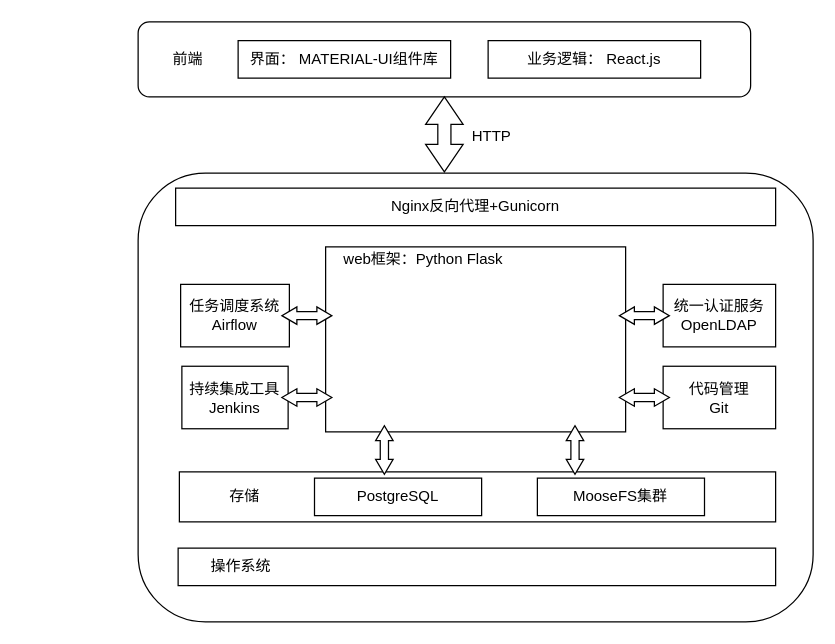
The draw.io diagram 系统技术框架图.drawio in Sequin-hdd/COINFO, before the edit. Source tidied: cells renumbered, new cells numbered last; positions are measured from the earlier drawing's top-left corner, leaving out a move shared by most shapes. Both pictures are drawn from the tidied source at 125%, with x=0, y=0 at pixel (138, 21).
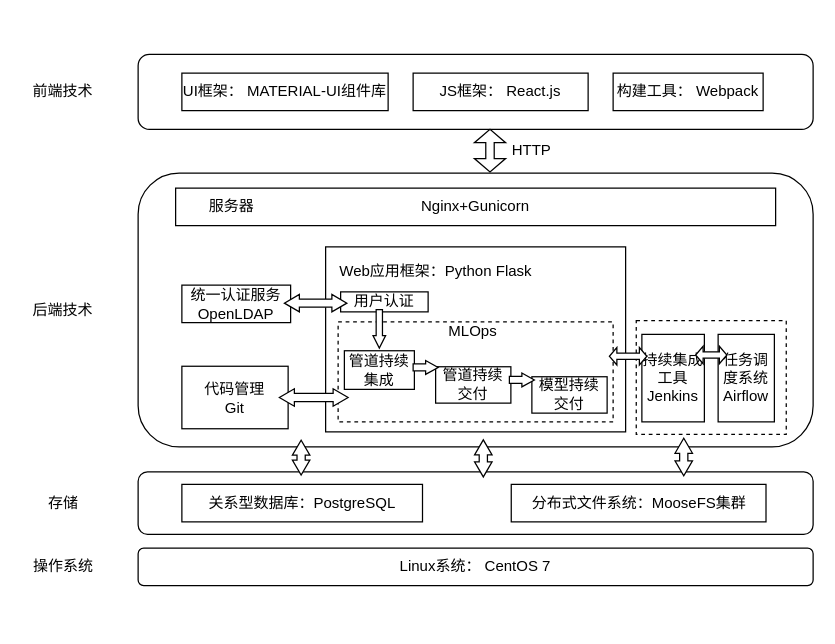
The same diagram, later.

Commit message (it also covers changes not shown here):
更新系统技术框架图.drawio

The edit, as a diff of the source:
```diff
@@
+    <mxCell id="8" style="rounded=1;whiteSpace=wrap;html=1;" parent="1" vertex="1">
+      <mxGeometry y="121" width="540" height="219" as="geometry" />
+    </mxCell>
+    <mxCell id="29" style="rounded=0;whiteSpace=wrap;html=1;dashed=1;" parent="1" vertex="1">
+      <mxGeometry x="398.5" y="239" width="120" height="91" as="geometry" />
+    </mxCell>
+    <mxCell id="10" style="rounded=0;whiteSpace=wrap;html=1;" parent="1" vertex="1">
+      <mxGeometry x="150" y="180" width="240" height="148" as="geometry" />
+    </mxCell>
+    <mxCell id="30" style="rounded=0;whiteSpace=wrap;html=1;dashed=1;" parent="1" vertex="1">
+      <mxGeometry x="160" y="240" width="220" height="80" as="geometry" />
+    </mxCell>
     <mxCell id="2" style="rounded=1;whiteSpace=wrap;html=1;" parent="1" vertex="1">
-      <mxGeometry width="490" height="60" as="geometry" />
+      <mxGeometry y="26" width="540" height="60" as="geometry" />
     </mxCell>
-    <mxCell id="3" value="前端" style="text;html=1;strokeColor=none;fillColor=none;align=center;verticalAlign=middle;whiteSpace=wrap;rounded=0;" parent="1" vertex="1">
-      <mxGeometry x="20" y="20" width="40" height="20" as="geometry" />
+    <mxCell id="3" value="前端技术" style="text;html=1;strokeColor=none;fillColor=none;align=center;verticalAlign=middle;whiteSpace=wrap;rounded=0;" parent="1" vertex="1">
+      <mxGeometry x="-85" y="46" width="50" height="20" as="geometry" />
     </mxCell>
-    <mxCell id="4" value="界面： MATERIAL-UI组件库" style="rounded=0;whiteSpace=wrap;html=1;" parent="1" vertex="1">
-      <mxGeometry x="80" y="15" width="170" height="30" as="geometry" />
+    <mxCell id="4" value="UI框架： MATERIAL-UI组件库" style="rounded=0;whiteSpace=wrap;html=1;" parent="1" vertex="1">
+      <mxGeometry x="35" y="41" width="165" height="30" as="geometry" />
     </mxCell>
-    <mxCell id="5" value="业务逻辑： React.js" style="rounded=0;whiteSpace=wrap;html=1;" parent="1" vertex="1">
-      <mxGeometry x="280" y="15" width="170" height="30" as="geometry" />
+    <mxCell id="5" value="JS框架： React.js" style="rounded=0;whiteSpace=wrap;html=1;" parent="1" vertex="1">
+      <mxGeometry x="220" y="41" width="140" height="30" as="geometry" />
     </mxCell>
-    <mxCell id="6" style="html=1;shadow=0;dashed=0;align=center;verticalAlign=middle;shape=mxgraph.arrows2.twoWayArrow;dy=0.65;dx=22;rotation=90;" parent="1" vertex="1">
-      <mxGeometry x="215" y="75" width="60" height="30" as="geometry" />
+    <mxCell id="6" style="html=1;shadow=0;dashed=0;align=center;verticalAlign=middle;shape=mxgraph.arrows2.twoWayArrow;dy=0.73;dx=10.67;rotation=90;" parent="1" vertex="1">
+      <mxGeometry x="264.5" y="90.5" width="34" height="25" as="geometry" />
     </mxCell>
     <mxCell id="7" value="HTTP" style="text;html=1;strokeColor=none;fillColor=none;align=center;verticalAlign=middle;whiteSpace=wrap;rounded=0;" parent="1" vertex="1">
-      <mxGeometry x="263" y="82" width="40" height="20" as="geometry" />
+      <mxGeometry x="294.5" y="93" width="40" height="20" as="geometry" />
     </mxCell>
-    <mxCell id="8" style="rounded=1;whiteSpace=wrap;html=1;" parent="1" vertex="1">
-      <mxGeometry y="121" width="540" height="359" as="geometry" />
-    </mxCell>
-    <mxCell id="9" value="Nginx反向代理+Gunicorn" style="rounded=0;whiteSpace=wrap;html=1;" parent="1" vertex="1">
+    <mxCell id="9" value="Nginx+Gunicorn" style="rounded=0;whiteSpace=wrap;html=1;" parent="1" vertex="1">
       <mxGeometry x="30" y="133" width="480" height="30" as="geometry" />
     </mxCell>
-    <mxCell id="10" style="rounded=0;whiteSpace=wrap;html=1;" parent="1" vertex="1">
-      <mxGeometry x="150" y="180" width="240" height="148" as="geometry" />
-    </mxCell>
-    <mxCell id="11" value="web框架：Python Flask&amp;nbsp;" style="text;html=1;strokeColor=none;fillColor=none;align=center;verticalAlign=middle;whiteSpace=wrap;rounded=0;" parent="1" vertex="1">
-      <mxGeometry x="160" y="180" width="140" height="20" as="geometry" />
+    <mxCell id="11" value="Web应用框架：Python Flask&amp;nbsp;" style="text;html=1;strokeColor=none;fillColor=none;align=center;verticalAlign=middle;whiteSpace=wrap;rounded=0;" parent="1" vertex="1">
+      <mxGeometry x="155" y="190" width="170" height="20" as="geometry" />
     </mxCell>
-    <mxCell id="12" style="rounded=0;whiteSpace=wrap;html=1;" parent="1" vertex="1">
-      <mxGeometry x="32" y="421" width="478" height="30" as="geometry" />
+    <mxCell id="12" value="Linux系统： CentOS 7" style="rounded=1;whiteSpace=wrap;html=1;" parent="1" vertex="1">
+      <mxGeometry y="421" width="540" height="30" as="geometry" />
     </mxCell>
-    <mxCell id="13" style="group;" parent="1" vertex="1">
-      <mxGeometry x="33" y="360" width="477" height="40" as="geometry" />
-    </mxCell>
-    <mxCell id="14" style="rounded=0;whiteSpace=wrap;html=1;" parent="13" vertex="1">
-      <mxGeometry width="477" height="40" as="geometry" />
-    </mxCell>
-    <mxCell id="15" value="PostgreSQL" style="rounded=0;whiteSpace=wrap;html=1;" parent="13" vertex="1">
-      <mxGeometry x="108.1" y="5" width="133.7" height="30" as="geometry" />
-    </mxCell>
-    <mxCell id="16" value="存储" style="text;html=1;strokeColor=none;fillColor=none;align=center;verticalAlign=middle;whiteSpace=wrap;rounded=0;" parent="13" vertex="1">
-      <mxGeometry x="18.9" y="10" width="66.9" height="20" as="geometry" />
-    </mxCell>
-    <mxCell id="17" value="MooseFS集群" style="rounded=0;whiteSpace=wrap;html=1;" parent="13" vertex="1">
-      <mxGeometry x="286.4" y="5" width="133.7" height="30" as="geometry" />
-    </mxCell>
-    <mxCell id="18" style="html=1;shadow=0;dashed=0;align=center;verticalAlign=middle;shape=mxgraph.arrows2.twoWayArrow;dy=0.53;dx=12;rotation=90;" parent="1" vertex="1">
-      <mxGeometry x="177.5" y="335.5" width="39" height="14" as="geometry" />
-    </mxCell>
-    <mxCell id="19" style="html=1;shadow=0;dashed=0;align=center;verticalAlign=middle;shape=mxgraph.arrows2.twoWayArrow;dy=0.53;dx=12;rotation=90;" parent="1" vertex="1">
-      <mxGeometry x="330" y="335.5" width="39" height="14" as="geometry" />
-    </mxCell>
-    <mxCell id="20" value="任务调度系统&lt;br&gt;Airflow" style="rounded=0;whiteSpace=wrap;html=1;" parent="1" vertex="1">
-      <mxGeometry x="34" y="210" width="87" height="50" as="geometry" />
+    <mxCell id="20" value="统一认证服务&lt;br&gt;OpenLDAP" style="rounded=0;whiteSpace=wrap;html=1;" parent="1" vertex="1">
+      <mxGeometry x="35" y="210.6" width="87" height="30" as="geometry" />
     </mxCell>
-    <mxCell id="21" value="持续集成工具&lt;br&gt;Jenkins" style="rounded=0;whiteSpace=wrap;html=1;" parent="1" vertex="1">
+    <mxCell id="21" value="代码管理&lt;br&gt;Git" style="rounded=0;whiteSpace=wrap;html=1;" parent="1" vertex="1">
       <mxGeometry x="35" y="275.5" width="85" height="50" as="geometry" />
     </mxCell>
     <mxCell id="22" value="操作系统" style="text;html=1;strokeColor=none;fillColor=none;align=center;verticalAlign=middle;whiteSpace=wrap;rounded=0;" parent="1" vertex="1">
-      <mxGeometry x="55" y="426" width="55" height="20" as="geometry" />
+      <mxGeometry x="-87.5" y="426" width="55" height="20" as="geometry" />
     </mxCell>
     <mxCell id="23" style="html=1;shadow=0;dashed=0;align=center;verticalAlign=middle;shape=mxgraph.arrows2.twoWayArrow;dy=0.53;dx=12;rotation=0;" parent="1" vertex="1">
-      <mxGeometry x="115" y="293.5" width="40" height="14" as="geometry" />
+      <mxGeometry x="113" y="293.5" width="55" height="14" as="geometry" />
     </mxCell>
-    <mxCell id="24" value="统一认证服务&lt;br&gt;OpenLDAP" style="rounded=0;whiteSpace=wrap;html=1;" parent="1" vertex="1">
-      <mxGeometry x="420" y="210" width="90" height="50" as="geometry" />
+    <mxCell id="24" value="任务调度系统&lt;br&gt;Airflow" style="rounded=0;whiteSpace=wrap;html=1;" parent="1" vertex="1">
+      <mxGeometry x="464" y="250" width="45" height="70" as="geometry" />
     </mxCell>
-    <mxCell id="25" value="代码管理&lt;br&gt;Git" style="rounded=0;whiteSpace=wrap;html=1;" parent="1" vertex="1">
-      <mxGeometry x="420" y="275.5" width="90" height="50" as="geometry" />
+    <mxCell id="25" value="持续集成工具&lt;br&gt;Jenkins" style="rounded=0;whiteSpace=wrap;html=1;" parent="1" vertex="1">
+      <mxGeometry x="403" y="250" width="50" height="70" as="geometry" />
     </mxCell>
-    <mxCell id="26" style="html=1;shadow=0;dashed=0;align=center;verticalAlign=middle;shape=mxgraph.arrows2.twoWayArrow;dy=0.53;dx=12;rotation=0;" parent="1" vertex="1">
-      <mxGeometry x="385" y="228" width="40" height="14" as="geometry" />
-    </mxCell>
-    <mxCell id="27" style="html=1;shadow=0;dashed=0;align=center;verticalAlign=middle;shape=mxgraph.arrows2.twoWayArrow;dy=0.53;dx=12;rotation=0;" parent="1" vertex="1">
-      <mxGeometry x="385" y="293.5" width="40" height="14" as="geometry" />
+    <mxCell id="27" style="html=1;shadow=0;dashed=0;align=center;verticalAlign=middle;shape=mxgraph.arrows2.twoWayArrow;dy=0.64;dx=6;rotation=0;" parent="1" vertex="1">
+      <mxGeometry x="377" y="260.5" width="30" height="14" as="geometry" />
     </mxCell>
+    <mxCell id="31" value="服务器" style="text;html=1;strokeColor=none;fillColor=none;align=center;verticalAlign=middle;whiteSpace=wrap;rounded=0;" parent="1" vertex="1">
+      <mxGeometry x="55" y="138" width="40" height="20" as="geometry" />
+    </mxCell>
+    <mxCell id="32" value="用户认证" style="rounded=0;whiteSpace=wrap;html=1;" parent="1" vertex="1">
+      <mxGeometry x="162" y="216" width="70" height="16" as="geometry" />
+    </mxCell>
+    <mxCell id="33" style="html=1;shadow=0;dashed=0;align=center;verticalAlign=middle;shape=mxgraph.arrows2.arrow;dy=0.5;dx=10;notch=0;rotation=90;" parent="1" vertex="1">
+      <mxGeometry x="177.6" y="240.6" width="30.7" height="10.1" as="geometry" />
+    </mxCell>
+    <mxCell id="34" value="管道持续集成" style="rounded=0;whiteSpace=wrap;html=1;" parent="1" vertex="1">
+      <mxGeometry x="165" y="263.1" width="56" height="30.9" as="geometry" />
+    </mxCell>
+    <mxCell id="35" value="管道持续&lt;br&gt;交付" style="rounded=0;whiteSpace=wrap;html=1;" parent="1" vertex="1">
+      <mxGeometry x="238" y="275.9" width="60.2" height="29.1" as="geometry" />
+    </mxCell>
+    <mxCell id="36" value="模型持续&lt;br&gt;交付" style="rounded=0;whiteSpace=wrap;html=1;" parent="1" vertex="1">
+      <mxGeometry x="315" y="283.9" width="60.2" height="29.1" as="geometry" />
+    </mxCell>
+    <mxCell id="37" style="html=1;shadow=0;dashed=0;align=center;verticalAlign=middle;shape=mxgraph.arrows2.twoWayArrow;dy=0.64;dx=6;rotation=0;" parent="1" vertex="1">
+      <mxGeometry x="446" y="259.5" width="25" height="14" as="geometry" />
+    </mxCell>
+    <mxCell id="38" style="html=1;shadow=0;dashed=0;align=center;verticalAlign=middle;shape=mxgraph.arrows2.arrow;dy=0.5;dx=10;notch=0;rotation=0;" parent="1" vertex="1">
+      <mxGeometry x="297" y="280.9" width="20" height="11.1" as="geometry" />
+    </mxCell>
+    <mxCell id="39" style="html=1;shadow=0;dashed=0;align=center;verticalAlign=middle;shape=mxgraph.arrows2.arrow;dy=0.5;dx=10;notch=0;rotation=0;" parent="1" vertex="1">
+      <mxGeometry x="220" y="270.9" width="20" height="11.1" as="geometry" />
+    </mxCell>
+    <mxCell id="16" value="存储" style="text;html=1;strokeColor=none;fillColor=none;align=center;verticalAlign=middle;whiteSpace=wrap;rounded=0;" parent="1" vertex="1">
+      <mxGeometry x="-93.4" y="375" width="66.9" height="20" as="geometry" />
+    </mxCell>
+    <mxCell id="40" value="后端技术" style="text;html=1;strokeColor=none;fillColor=none;align=center;verticalAlign=middle;whiteSpace=wrap;rounded=0;" parent="1" vertex="1">
+      <mxGeometry x="-85" y="220.6" width="50" height="20" as="geometry" />
+    </mxCell>
+    <mxCell id="41" value="MLOps" style="text;html=1;strokeColor=none;fillColor=none;align=center;verticalAlign=middle;whiteSpace=wrap;rounded=0;dashed=1;" parent="1" vertex="1">
+      <mxGeometry x="248.1" y="238.1" width="40" height="20" as="geometry" />
+    </mxCell>
+    <mxCell id="14" style="rounded=1;whiteSpace=wrap;html=1;" parent="1" vertex="1">
+      <mxGeometry y="360" width="540" height="50" as="geometry" />
+    </mxCell>
+    <mxCell id="15" value="关系型数据库：PostgreSQL" style="rounded=0;whiteSpace=wrap;html=1;" parent="1" vertex="1">
+      <mxGeometry x="35" y="370" width="192.5" height="30" as="geometry" />
+    </mxCell>
+    <mxCell id="17" value="分布式文件系统：MooseFS集群" style="rounded=0;whiteSpace=wrap;html=1;" parent="1" vertex="1">
+      <mxGeometry x="298.5" y="370" width="203.8" height="30" as="geometry" />
+    </mxCell>
+    <mxCell id="18" style="html=1;shadow=0;dashed=0;align=center;verticalAlign=middle;shape=mxgraph.arrows2.twoWayArrow;dy=0.53;dx=12;rotation=90;" parent="1" vertex="1">
+      <mxGeometry x="116.4" y="341.6" width="28" height="14" as="geometry" />
+    </mxCell>
+    <mxCell id="42" style="html=1;shadow=0;dashed=0;align=center;verticalAlign=middle;shape=mxgraph.arrows2.twoWayArrow;dy=0.53;dx=12;rotation=90;" parent="1" vertex="1">
+      <mxGeometry x="421.5" y="341.1" width="30" height="14" as="geometry" />
+    </mxCell>
+    <mxCell id="19" style="html=1;shadow=0;dashed=0;align=center;verticalAlign=middle;shape=mxgraph.arrows2.twoWayArrow;dy=0.53;dx=12;rotation=90;" parent="1" vertex="1">
+      <mxGeometry x="261.3" y="342.2" width="29.7" height="14" as="geometry" />
+    </mxCell>
+    <mxCell id="43" value="构建工具： Webpack" style="rounded=0;whiteSpace=wrap;html=1;" parent="1" vertex="1">
+      <mxGeometry x="380" y="41" width="120" height="30" as="geometry" />
+    </mxCell>
     <mxCell id="28" style="html=1;shadow=0;dashed=0;align=center;verticalAlign=middle;shape=mxgraph.arrows2.twoWayArrow;dy=0.53;dx=12;rotation=0;" parent="1" vertex="1">
-      <mxGeometry x="115" y="228" width="40" height="14" as="geometry" />
+      <mxGeometry x="117" y="218" width="50" height="14" as="geometry" />
     </mxCell>
```
